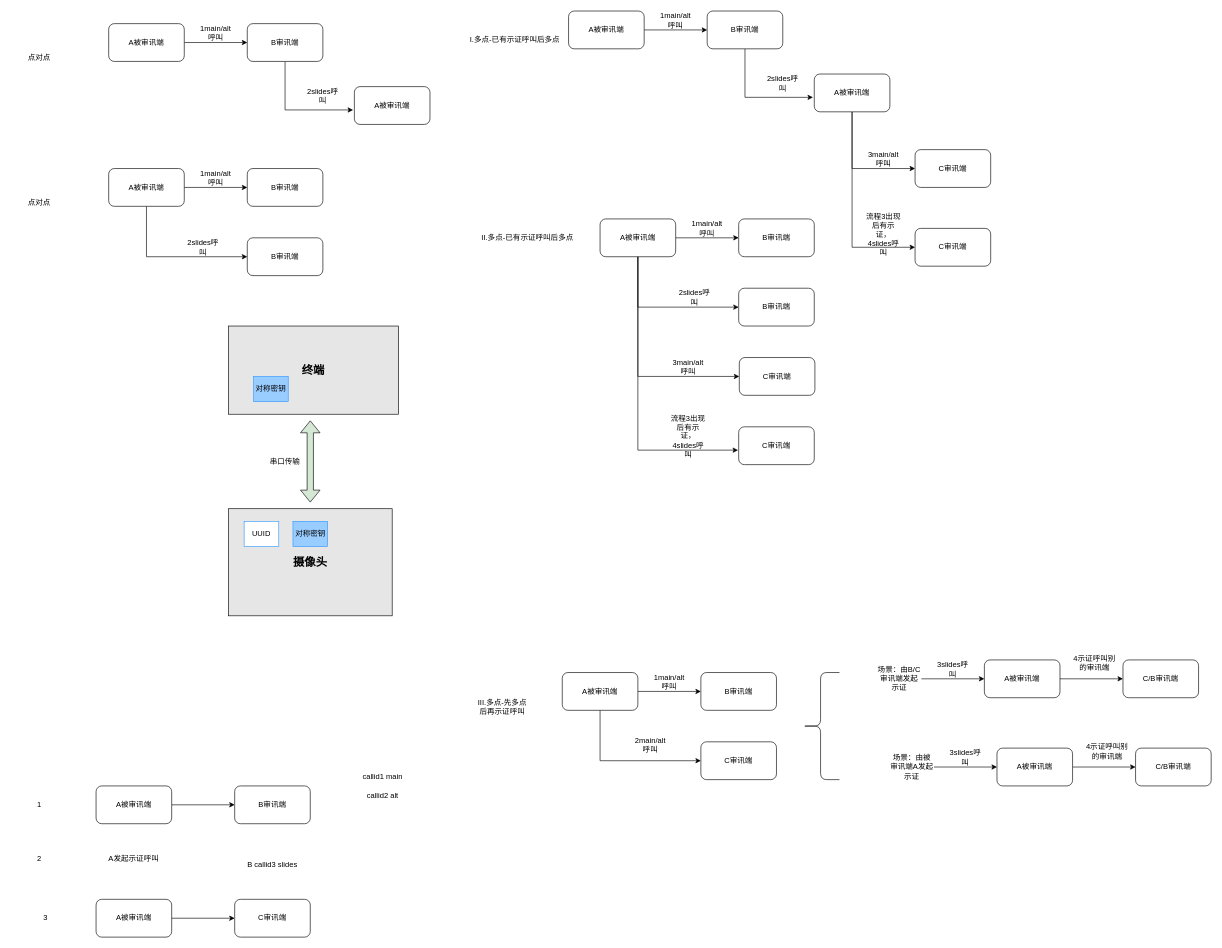
Above: work1.drawio in GavinLook/videolearning (draw.io), before the change. Source tidied: cells renumbered, new cells numbered last; positions are measured from the earlier drawing's top-left corner, leaving out a move shared by most shapes. Both pictures are drawn from the tidied source at 63%, with x=0, y=0 at pixel (11, 11).
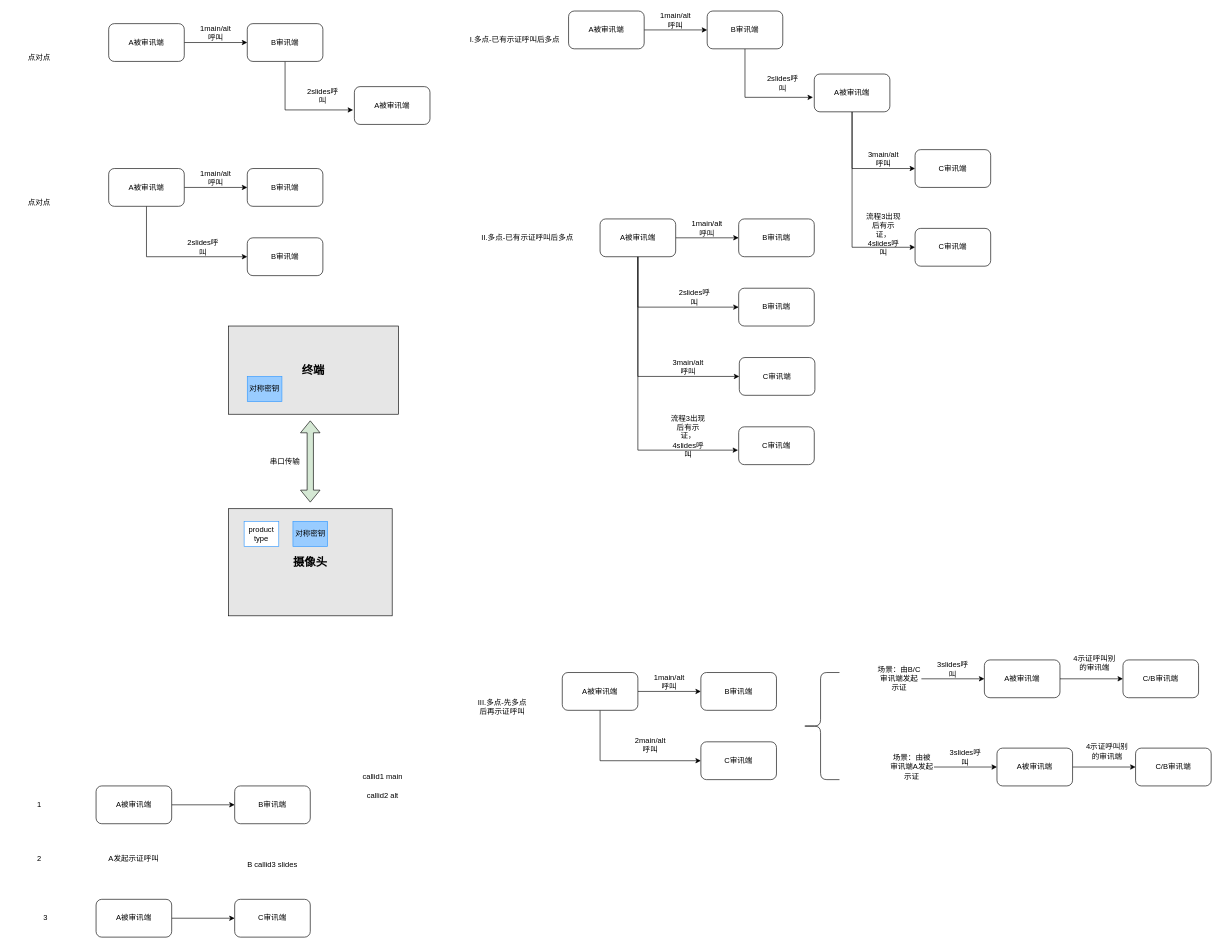
Above is the later version.

The edit, as a diff of the source:
```diff
@@
-    <mxCell id="86" value="UUID" style="rounded=0;whiteSpace=wrap;html=1;strokeColor=#3399FF;" parent="1" vertex="1">
+    <mxCell id="86" value="product type" style="rounded=0;whiteSpace=wrap;html=1;strokeColor=#3399FF;" parent="1" vertex="1">
       <mxGeometry x="370" y="810" width="55" height="40" as="geometry" />
     </mxCell>
@@
     <mxCell id="88" value="对称密钥" style="rounded=0;whiteSpace=wrap;html=1;strokeColor=#3399FF;fillColor=#99CCFF;" parent="1" vertex="1">
-      <mxGeometry x="385" y="580" width="55" height="40" as="geometry" />
+      <mxGeometry x="375" y="580" width="55" height="40" as="geometry" />
     </mxCell>
```
